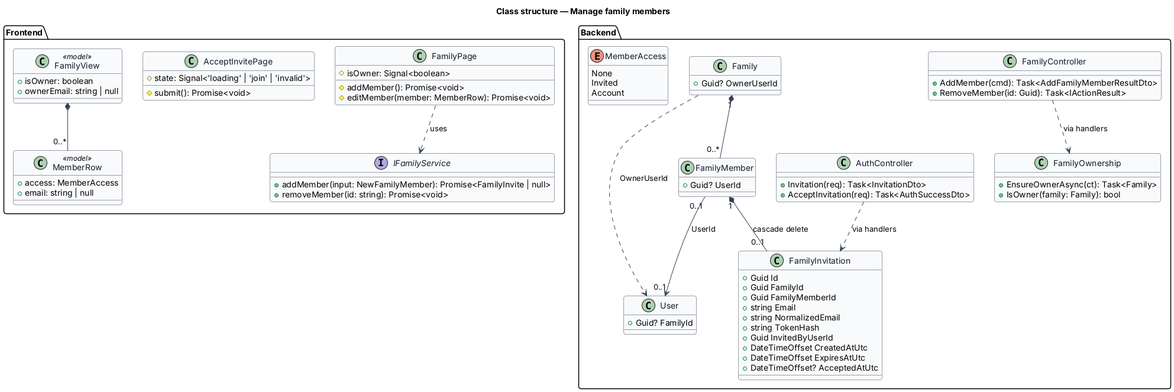
The PlantUML diagram docs/detailed-designs/identity-and-access/manage-family-members/diagrams/class-structure.png in QuinntyneBrown/saturdaze, before a commit.
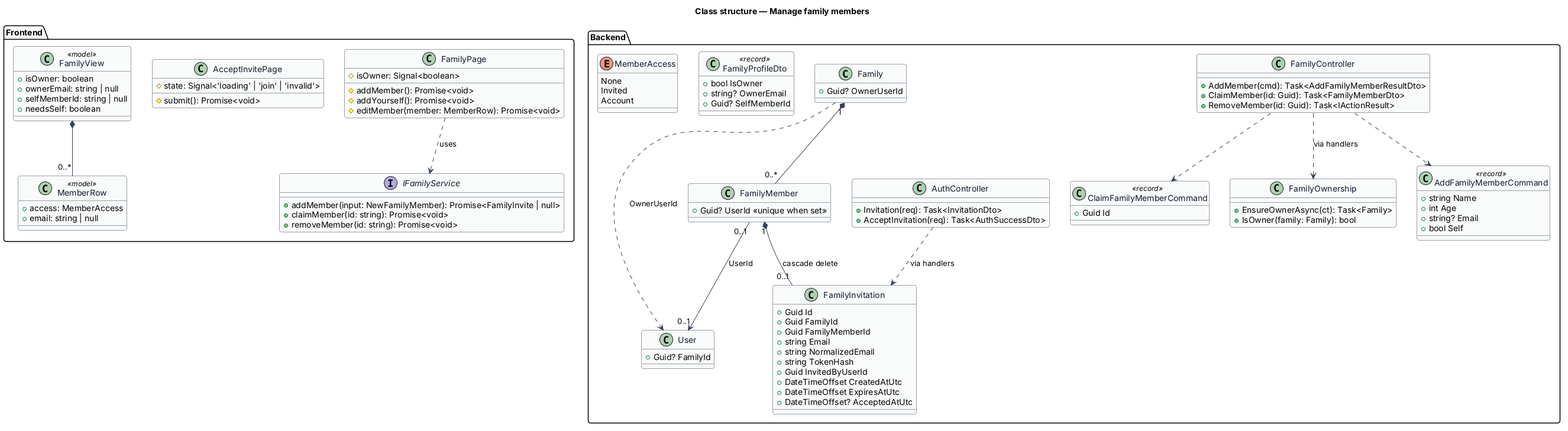
The same file after the commit.

What changed in the source:
```diff
@@ -15,6 +15,7 @@
   class FamilyPage {
     #isOwner: Signal<boolean>
     #addMember(): Promise<void>
+    #addYourself(): Promise<void>
     #editMember(member: MemberRow): Promise<void>
   }
   class AcceptInvitePage {
@@ -23,6 +24,7 @@
   }
   interface IFamilyService {
     +addMember(input: NewFamilyMember): Promise<FamilyInvite | null>
+    +claimMember(id: string): Promise<void>
     +removeMember(id: string): Promise<void>
   }
   class MemberRow <<model>> {
@@ -32,12 +34,15 @@
   class FamilyView <<model>> {
     +isOwner: boolean
     +ownerEmail: string | null
+    +selfMemberId: string | null
+    +needsSelf: boolean
   }
 }
 
 package "Backend" {
   class FamilyController {
     +AddMember(cmd): Task<AddFamilyMemberResultDto>
+    +ClaimMember(id: Guid): Task<FamilyMemberDto>
     +RemoveMember(id: Guid): Task<IActionResult>
   }
   class AuthController {
@@ -52,7 +57,21 @@
     +Guid? OwnerUserId
   }
   class FamilyMember {
-    +Guid? UserId
+    +Guid? UserId <<unique when set>>
+  }
+  class AddFamilyMemberCommand <<record>> {
+    +string Name
+    +int Age
+    +string? Email
+    +bool Self
+  }
+  class ClaimFamilyMemberCommand <<record>> {
+    +Guid Id
+  }
+  class FamilyProfileDto <<record>> {
+    +bool IsOwner
+    +string? OwnerEmail
+    +Guid? SelfMemberId
   }
   class FamilyInvitation {
     +Guid Id
@@ -84,4 +103,6 @@
 FamilyMember "0..1" --> "0..1" User : UserId
 Family ..> User : OwnerUserId
 AuthController ..> FamilyInvitation : via handlers
+FamilyController ..> AddFamilyMemberCommand
+FamilyController ..> ClaimFamilyMemberCommand
 @enduml
```
